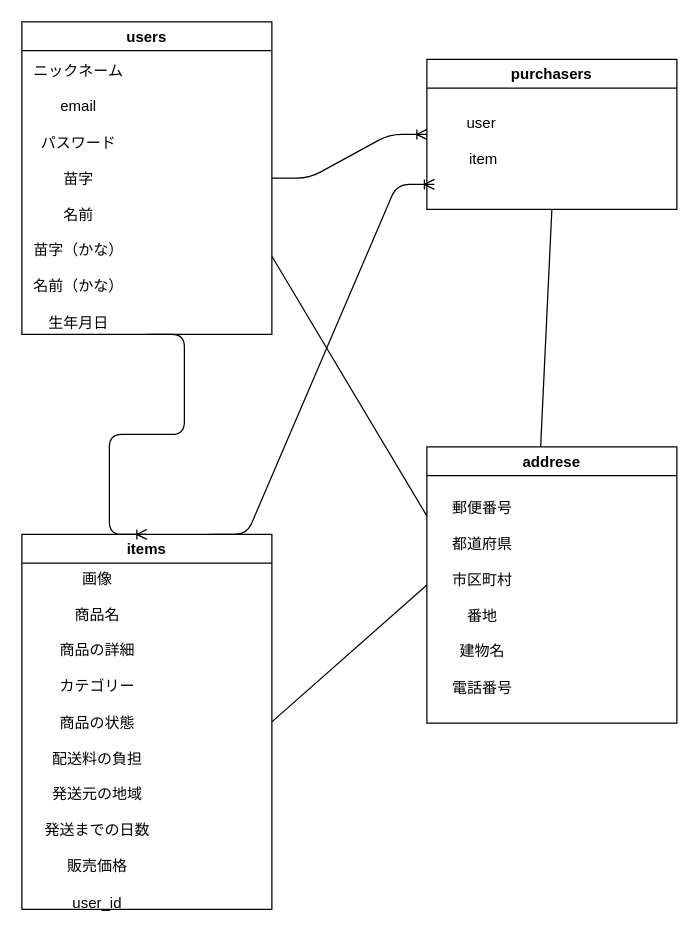
The draw.io diagram config/cocoa.dio in masakazematsumoto/furima--29331-, before the edit. Source tidied: cells renumbered, new cells numbered last; positions are measured from the earlier drawing's top-left corner, leaving out a move shared by most shapes. Both pictures are drawn from the tidied source at 125%, with x=0, y=0 at pixel (21, 21).
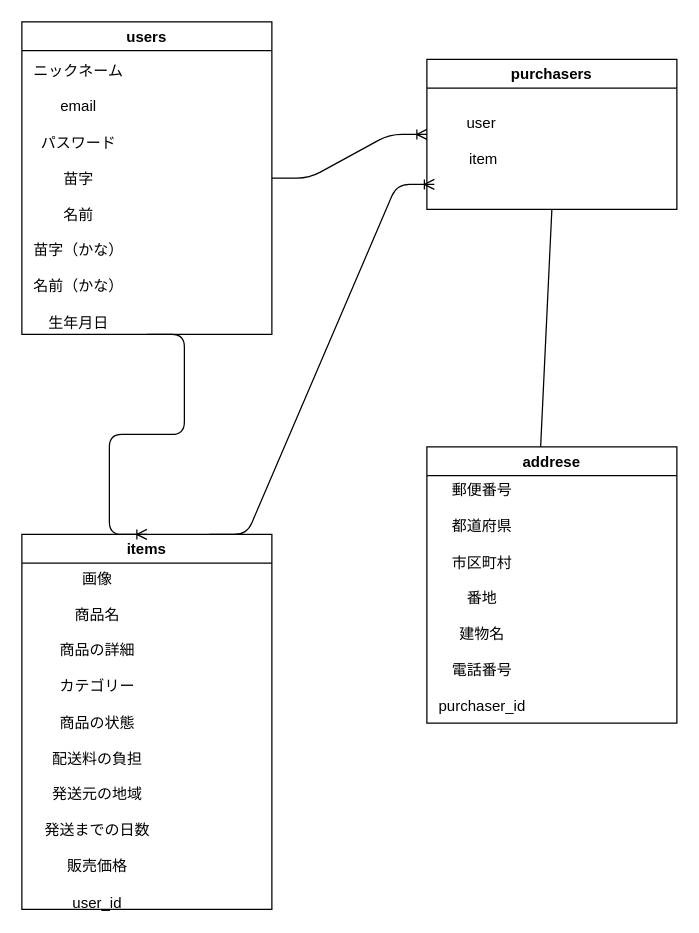
The same page after the edit.

Commit message (it also covers changes not shown here):
テーブル設計3

What changed in the source:
```diff
@@
 <mxGraphModel>
   <root>
     <mxCell id="0" />
     <mxCell id="1" parent="0" />
     <mxCell id="2" value="users" style="swimlane;" parent="1" vertex="1">
       <mxGeometry width="200" height="250" as="geometry" />
     </mxCell>
     <mxCell id="3" value="ニックネーム&lt;br&gt;&lt;br&gt;email&lt;br&gt;&lt;br&gt;パスワード&lt;br&gt;&lt;br&gt;苗字&lt;br&gt;&lt;br&gt;名前&lt;br&gt;&lt;br&gt;苗字（かな）&lt;br&gt;&lt;br&gt;名前（かな）&lt;br&gt;&lt;br&gt;生年月日" style="text;html=1;align=center;verticalAlign=middle;" parent="2" vertex="1">
       <mxGeometry y="30" width="90" height="220" as="geometry" />
     </mxCell>
     <mxCell id="4" value="items" style="swimlane;" parent="1" vertex="1">
       <mxGeometry y="410" width="200" height="300" as="geometry" />
     </mxCell>
     <mxCell id="5" value="画像&lt;br&gt;&lt;br&gt;商品名&lt;br&gt;&lt;br&gt;商品の詳細&lt;br&gt;&lt;br&gt;カテゴリー&lt;br&gt;&lt;br&gt;商品の状態&lt;br&gt;&lt;br&gt;配送料の負担&lt;br&gt;&lt;br&gt;発送元の地域&lt;br&gt;&lt;br&gt;発送までの日数&lt;br&gt;&lt;br&gt;販売価格&lt;br&gt;&lt;br&gt;user_id&lt;br&gt;" style="text;html=1;align=center;verticalAlign=middle;" parent="4" vertex="1">
       <mxGeometry x="10" y="30" width="100" height="270" as="geometry" />
     </mxCell>
     <mxCell id="6" value="purchasers" style="swimlane;" parent="1" vertex="1">
       <mxGeometry x="324" y="30" width="200" height="120" as="geometry" />
     </mxCell>
     <mxCell id="7" value="user&amp;nbsp;&lt;br&gt;&lt;br&gt;item" style="text;html=1;align=center;verticalAlign=middle;" parent="6" vertex="1">
       <mxGeometry x="25" y="40" width="40" height="50" as="geometry" />
     </mxCell>
     <mxCell id="8" value="addrese" style="swimlane;" parent="1" vertex="1">
       <mxGeometry x="324" y="340" width="200" height="221" as="geometry" />
     </mxCell>
-    <mxCell id="9" value="郵便番号&lt;br&gt;&lt;br&gt;都道府県&lt;br&gt;&lt;br&gt;市区町村&lt;br&gt;&lt;br&gt;番地&lt;br&gt;&lt;br&gt;建物名&lt;br&gt;&lt;br&gt;電話番号" style="text;html=1;align=center;verticalAlign=middle;" parent="8" vertex="1">
-      <mxGeometry x="14" y="41" width="60" height="160" as="geometry" />
+    <mxCell id="9" value="郵便番号&lt;br&gt;&lt;br&gt;都道府県&lt;br&gt;&lt;br&gt;市区町村&lt;br&gt;&lt;br&gt;番地&lt;br&gt;&lt;br&gt;建物名&lt;br&gt;&lt;br&gt;電話番号&lt;br&gt;&lt;br&gt;purchaser_id" style="text;html=1;align=center;verticalAlign=middle;" parent="8" vertex="1">
+      <mxGeometry x="4" y="26" width="80" height="190" as="geometry" />
     </mxCell>
     <mxCell id="10" style="edgeStyle=entityRelationEdgeStyle;fontSize=12;html=1;endArrow=ERoneToMany;exitX=0.5;exitY=1;exitDx=0;exitDy=0;" parent="1" edge="1" source="2">
       <mxGeometry relative="1" as="geometry">
         <mxPoint x="100" y="410" as="targetPoint" />
       </mxGeometry>
     </mxCell>
-    <mxCell id="11" style="endArrow=none;html=1;rounded=0;exitX=1;exitY=0.5;exitDx=0;exitDy=0;entryX=0;entryY=0.5;entryDx=0;entryDy=0;" parent="1" edge="1" source="4" target="8">
-      <mxGeometry relative="1" as="geometry" />
-    </mxCell>
     <mxCell id="12" style="endArrow=none;html=1;rounded=0;entryX=0.5;entryY=1;entryDx=0;entryDy=0;exitX=0.455;exitY=0;exitDx=0;exitDy=0;exitPerimeter=0;" parent="1" edge="1" source="8" target="6">
       <mxGeometry relative="1" as="geometry" />
     </mxCell>
-    <mxCell id="13" style="endArrow=none;html=1;rounded=0;exitX=1;exitY=0.75;exitDx=0;exitDy=0;entryX=0;entryY=0.25;entryDx=0;entryDy=0;" parent="1" edge="1" source="2" target="8">
-      <mxGeometry relative="1" as="geometry" />
-    </mxCell>
     <mxCell id="14" style="edgeStyle=entityRelationEdgeStyle;fontSize=12;html=1;endArrow=ERoneToMany;exitX=1;exitY=0.5;exitDx=0;exitDy=0;entryX=0;entryY=0.5;entryDx=0;entryDy=0;" parent="1" edge="1" source="2" target="6">
       <mxGeometry relative="1" as="geometry" />
     </mxCell>
     <mxCell id="15" style="edgeStyle=entityRelationEdgeStyle;fontSize=12;html=1;endArrow=ERoneToMany;exitX=0.75;exitY=0;exitDx=0;exitDy=0;" parent="1" edge="1" source="4">
       <mxGeometry relative="1" as="geometry">
         <mxPoint x="330" y="130" as="targetPoint" />
       </mxGeometry>
     </mxCell>
   </root>
 </mxGraphModel>
```
